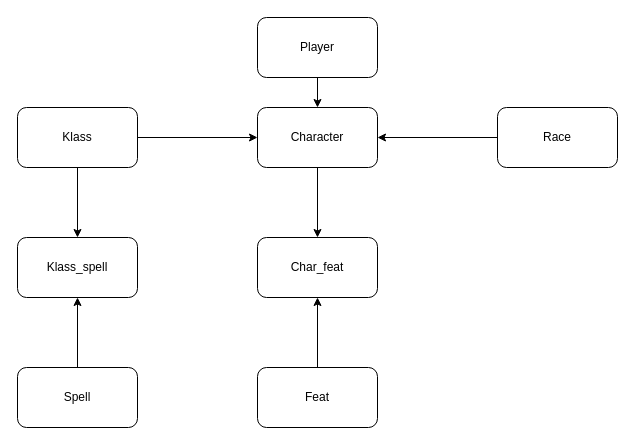
The draw.io diagram ERD.drawio in learn-co-curriculum/phase-3-sinatra-react-project, before the edit. Source tidied: cells renumbered, new cells numbered last; positions are measured from the earlier drawing's top-left corner, leaving out a move shared by most shapes. Both pictures are drawn from the tidied source at 100%, with x=0, y=0 at pixel (17, 17).
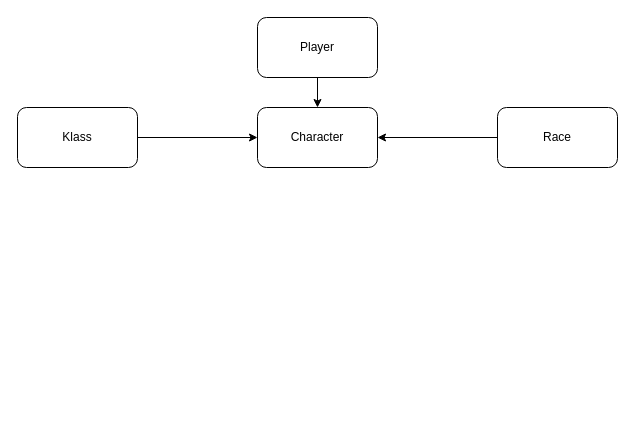
Above is the later version.

Commit message (it also covers changes not shown here):
corrected klass_spells table associations

Diff of the diagram source:
```diff
@@
 <mxGraphModel>
   <root>
     <mxCell id="0" />
     <mxCell id="1" parent="0" />
     <mxCell id="2" style="edgeStyle=none;html=1;exitX=1;exitY=0.5;exitDx=0;exitDy=0;entryX=0;entryY=0.5;entryDx=0;entryDy=0;" parent="1" edge="1" source="9" target="5">
       <mxGeometry relative="1" as="geometry" />
     </mxCell>
     <mxCell id="3" style="edgeStyle=none;html=1;exitX=0;exitY=0.5;exitDx=0;exitDy=0;entryX=1;entryY=0.5;entryDx=0;entryDy=0;" parent="1" edge="1" source="10" target="5">
       <mxGeometry relative="1" as="geometry" />
     </mxCell>
-    <mxCell id="4" style="edgeStyle=none;html=1;exitX=0.5;exitY=1;exitDx=0;exitDy=0;entryX=0.5;entryY=0;entryDx=0;entryDy=0;" parent="1" edge="1" source="5" target="14">
-      <mxGeometry relative="1" as="geometry" />
-    </mxCell>
     <mxCell id="5" value="Character" style="rounded=1;whiteSpace=wrap;html=1;" parent="1" vertex="1">
       <mxGeometry x="240" y="90" width="120" height="60" as="geometry" />
     </mxCell>
-    <mxCell id="6" style="edgeStyle=none;html=1;exitX=0.5;exitY=0;exitDx=0;exitDy=0;entryX=0.5;entryY=1;entryDx=0;entryDy=0;" parent="1" edge="1" source="7" target="11">
-      <mxGeometry relative="1" as="geometry" />
-    </mxCell>
-    <mxCell id="7" value="Spell" style="rounded=1;whiteSpace=wrap;html=1;" parent="1" vertex="1">
-      <mxGeometry y="350" width="120" height="60" as="geometry" />
-    </mxCell>
-    <mxCell id="8" style="edgeStyle=none;html=1;exitX=0.5;exitY=1;exitDx=0;exitDy=0;entryX=0.5;entryY=0;entryDx=0;entryDy=0;" parent="1" edge="1" source="9" target="11">
-      <mxGeometry relative="1" as="geometry" />
-    </mxCell>
     <mxCell id="9" value="Klass" style="rounded=1;whiteSpace=wrap;html=1;" parent="1" vertex="1">
       <mxGeometry y="90" width="120" height="60" as="geometry" />
     </mxCell>
     <mxCell id="10" value="Race" style="rounded=1;whiteSpace=wrap;html=1;" parent="1" vertex="1">
       <mxGeometry x="480" y="90" width="120" height="60" as="geometry" />
     </mxCell>
-    <mxCell id="11" value="Klass_spell" style="rounded=1;whiteSpace=wrap;html=1;" parent="1" vertex="1">
-      <mxGeometry y="220" width="120" height="60" as="geometry" />
-    </mxCell>
-    <mxCell id="12" style="edgeStyle=none;html=1;exitX=0.5;exitY=0;exitDx=0;exitDy=0;entryX=0.5;entryY=1;entryDx=0;entryDy=0;" parent="1" edge="1" source="13" target="14">
-      <mxGeometry relative="1" as="geometry" />
-    </mxCell>
-    <mxCell id="13" value="Feat" style="rounded=1;whiteSpace=wrap;html=1;" parent="1" vertex="1">
-      <mxGeometry x="240" y="350" width="120" height="60" as="geometry" />
-    </mxCell>
-    <mxCell id="14" value="Char_feat" style="rounded=1;whiteSpace=wrap;html=1;" parent="1" vertex="1">
-      <mxGeometry x="240" y="220" width="120" height="60" as="geometry" />
-    </mxCell>
     <mxCell id="15" style="edgeStyle=none;html=1;exitX=0.5;exitY=1;exitDx=0;exitDy=0;entryX=0.5;entryY=0;entryDx=0;entryDy=0;" parent="1" edge="1" source="16" target="5">
       <mxGeometry relative="1" as="geometry" />
     </mxCell>
     <mxCell id="16" value="Player" style="rounded=1;whiteSpace=wrap;html=1;" parent="1" vertex="1">
       <mxGeometry x="240" width="120" height="60" as="geometry" />
     </mxCell>
   </root>
 </mxGraphModel>
```
